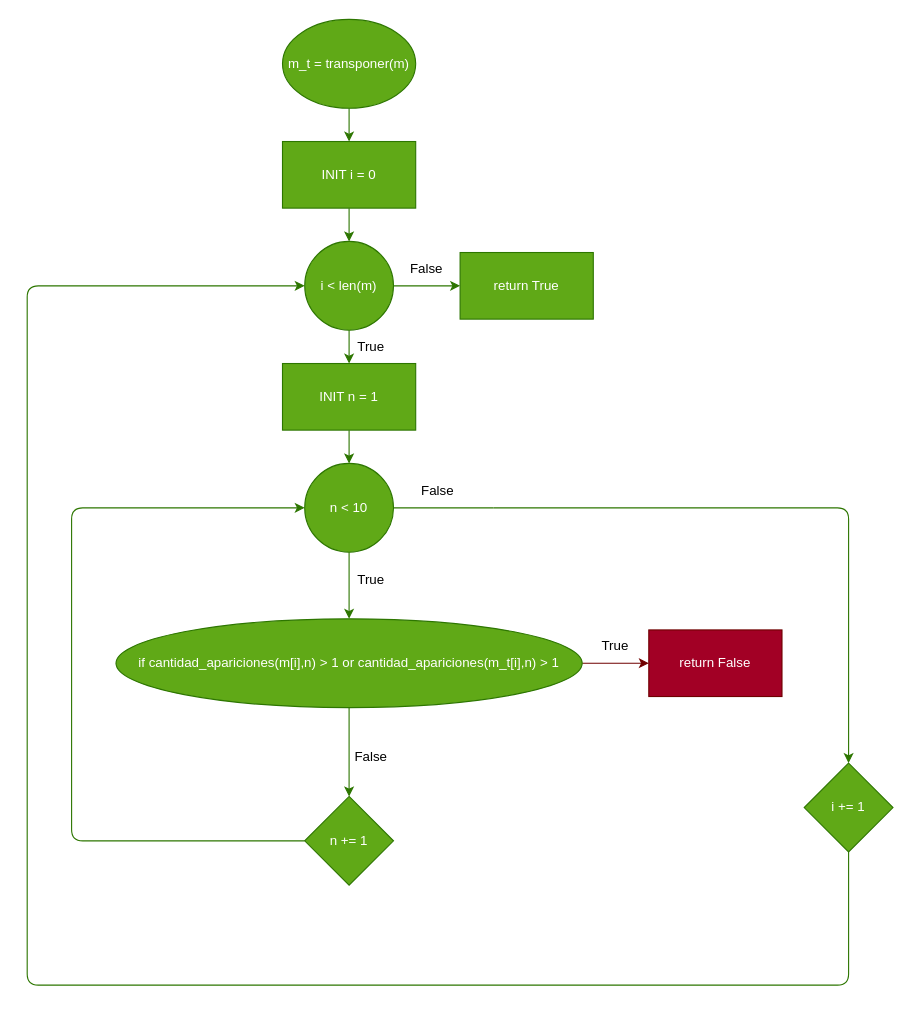
Before: page "Caso 2" (2 of 2) of ParcialesViejos/SolucionEjercicioFinal/hola.drawio in dZev1/IntroProgGuias, a draw.io diagram. Source tidied: cells renumbered, new cells numbered last; positions are measured from the earlier drawing's top-left corner, leaving out a move shared by most shapes. Both pictures are drawn from the tidied source at 111%, with x=0, y=0 at pixel (27, 19). Pictures stored in the file or linked from it are replaced by grey dashed boxes.
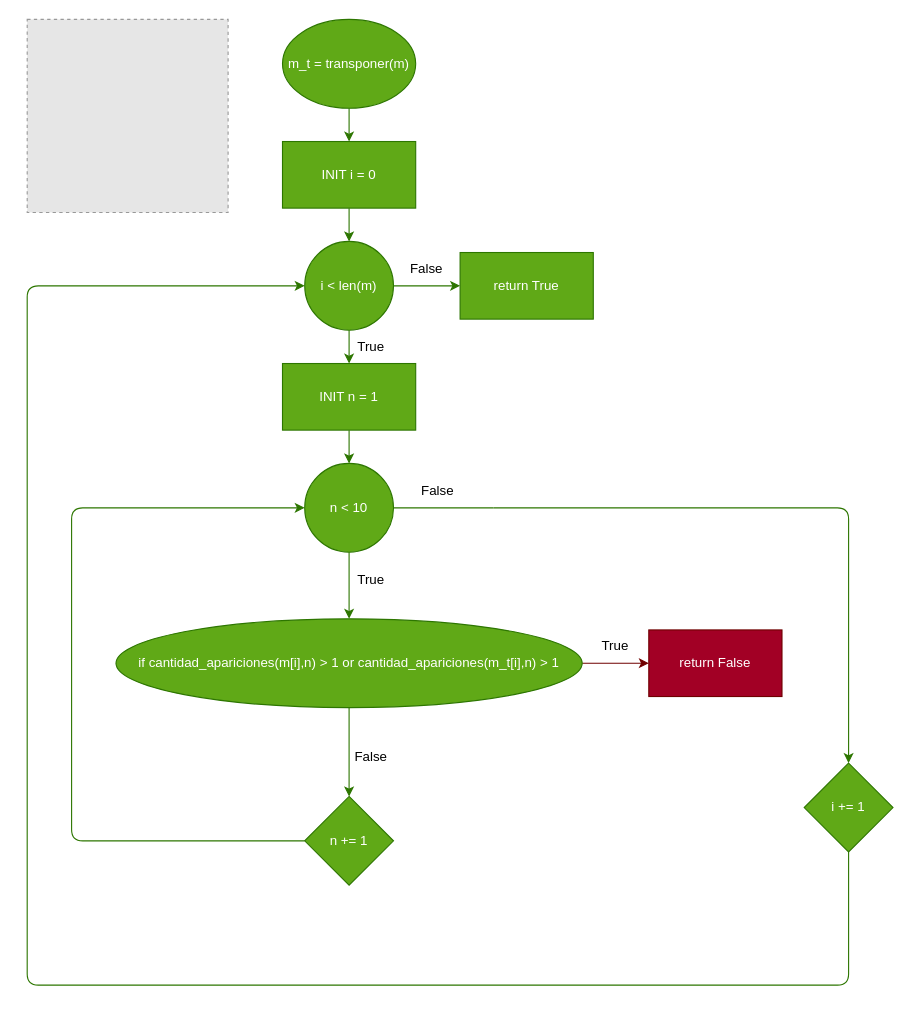
The same page after the edit.

What changed in the source:
```diff
@@
+    <mxCell id="32" style="fillColor=#E6E6E6;strokeColor=#999999;dashed=1;verticalLabelPosition=bottom;labelBackgroundColor=default;verticalAlign=top;" parent="1" vertex="1">
+      <mxGeometry width="181" height="173.9" as="geometry" />
+    </mxCell>
```
